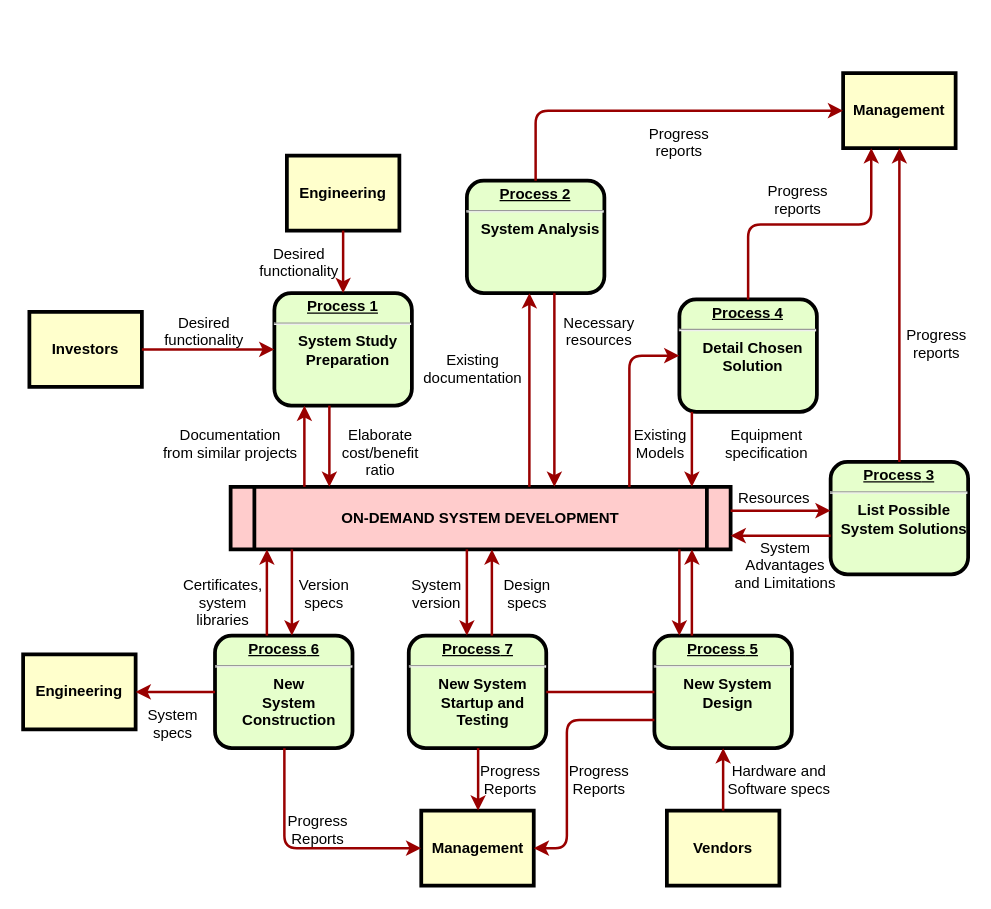
PaPa-G17Hub/Projects keeps this draw.io diagram as efficient_study_workflow.drawio. Above is the earlier version. Source tidied: cells renumbered, new cells numbered last; positions are measured from the earlier drawing's top-left corner, leaving out a move shared by most shapes. Both pictures are drawn from the tidied source at 125%, with x=0, y=0 at pixel (22, 72).
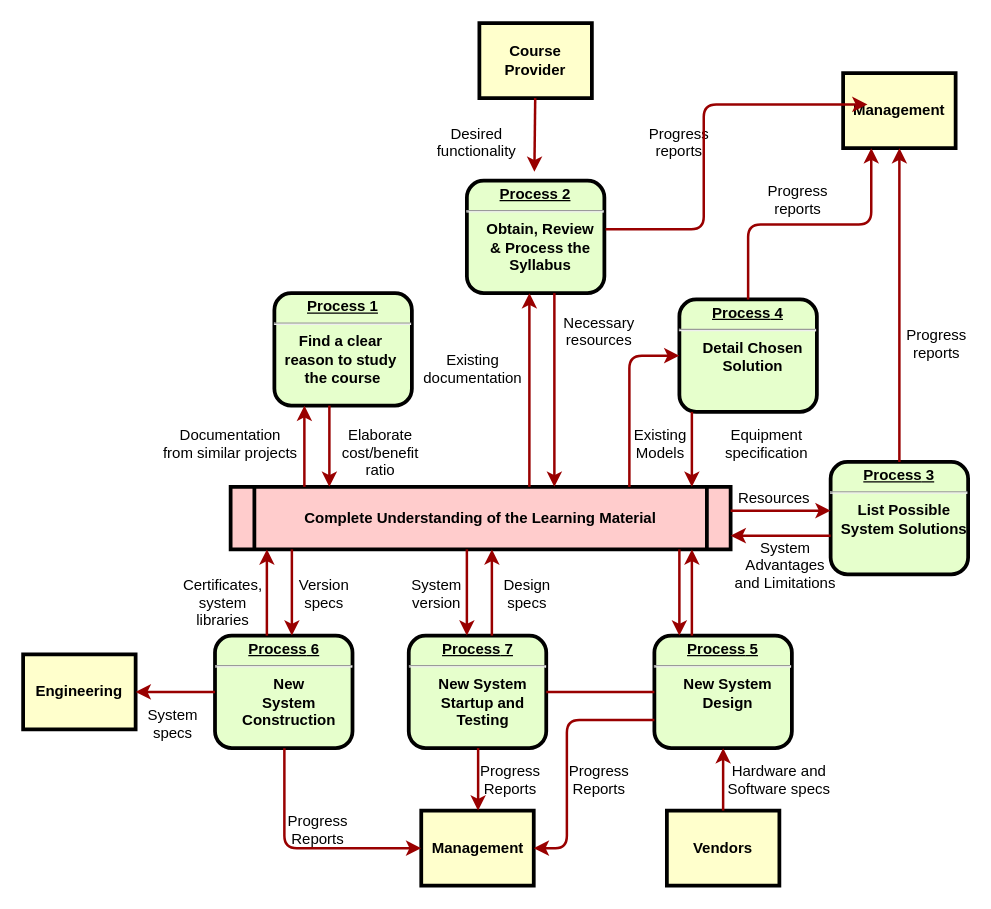
The same diagram, later.

The change refers to these unchanged cells:
```xml
<mxCell id="11" value="Management" style="whiteSpace=wrap;align=center;verticalAlign=middle;fontStyle=1;strokeWidth=3;fillColor=#FFFFCC;" parent="1" vertex="1">
  <mxGeometry x="656" width="90" height="60" as="geometry" />
</mxCell>
```

Change to the diagram source:
```diff
@@
-    <mxCell id="2" value="&lt;p style=&quot;margin: 0px; margin-top: 4px; text-align: center; text-decoration: underline;&quot;&gt;&lt;strong&gt;Process 1&lt;br /&gt;&lt;/strong&gt;&lt;/p&gt;&lt;hr /&gt;&lt;p style=&quot;margin: 0px; margin-left: 8px;&quot;&gt;System Study&lt;/p&gt;&lt;p style=&quot;margin: 0px; margin-left: 8px;&quot;&gt;Preparation&lt;/p&gt;" style="verticalAlign=middle;align=center;overflow=fill;fontSize=12;fontFamily=Helvetica;html=1;rounded=1;fontStyle=1;strokeWidth=3;fillColor=#E6FFCC;" parent="1" vertex="1">
+    <mxCell id="2" value="&lt;p style=&quot;margin: 0px; margin-top: 4px; text-align: center; text-decoration: underline;&quot;&gt;&lt;strong&gt;Process 1&lt;br&gt;&lt;/strong&gt;&lt;/p&gt;&lt;hr&gt;&lt;div&gt;Find a clear&amp;nbsp;&lt;/div&gt;&lt;div&gt;reason to study&amp;nbsp;&lt;/div&gt;&lt;div&gt;the course&lt;br&gt;&lt;/div&gt;" style="verticalAlign=middle;align=center;overflow=fill;fontSize=12;fontFamily=Helvetica;html=1;rounded=1;fontStyle=1;strokeWidth=3;fillColor=#E6FFCC;" parent="1" vertex="1">
       <mxGeometry x="201" y="176" width="110" height="90" as="geometry" />
     </mxCell>
-    <mxCell id="3" value="Engineering" style="whiteSpace=wrap;align=center;verticalAlign=middle;fontStyle=1;strokeWidth=3;fillColor=#FFFFCC;" parent="1" vertex="1">
-      <mxGeometry x="211" y="66" width="90" height="60" as="geometry" />
+    <mxCell id="3" value="Course Provider" style="whiteSpace=wrap;align=center;verticalAlign=middle;fontStyle=1;strokeWidth=3;fillColor=#FFFFCC;" parent="1" vertex="1">
+      <mxGeometry x="365" y="-40" width="90" height="60" as="geometry" />
     </mxCell>
-    <mxCell id="4" value="Investors" style="whiteSpace=wrap;align=center;verticalAlign=middle;fontStyle=1;strokeWidth=3;fillColor=#FFFFCC;" parent="1" vertex="1">
-      <mxGeometry x="5" y="191" width="90" height="60" as="geometry" />
-    </mxCell>
-    <mxCell id="5" value="ON-DEMAND SYSTEM DEVELOPMENT" style="shape=process;whiteSpace=wrap;align=center;verticalAlign=middle;size=0.0475;fontStyle=1;strokeWidth=3;fillColor=#FFCCCC;" parent="1" vertex="1">
+    <mxCell id="5" value="Complete Understanding of the Learning Material" style="shape=process;whiteSpace=wrap;align=center;verticalAlign=middle;size=0.0475;fontStyle=1;strokeWidth=3;fillColor=#FFCCCC;" parent="1" vertex="1">
       <mxGeometry x="166" y="331" width="400" height="50" as="geometry" />
     </mxCell>
-    <mxCell id="6" value="&lt;p style=&quot;margin: 0px; margin-top: 4px; text-align: center; text-decoration: underline;&quot;&gt;&lt;strong&gt;Process 2&lt;br /&gt;&lt;/strong&gt;&lt;/p&gt;&lt;hr /&gt;&lt;p style=&quot;margin: 0px; margin-left: 8px;&quot;&gt;System Analysis&lt;/p&gt;" style="verticalAlign=middle;align=center;overflow=fill;fontSize=12;fontFamily=Helvetica;html=1;rounded=1;fontStyle=1;strokeWidth=3;fillColor=#E6FFCC;" parent="1" vertex="1">
+    <mxCell id="6" value="&lt;p style=&quot;margin: 0px; margin-top: 4px; text-align: center; text-decoration: underline;&quot;&gt;&lt;strong&gt;Process 2&lt;br&gt;&lt;/strong&gt;&lt;/p&gt;&lt;hr&gt;&lt;p style=&quot;margin: 0px; margin-left: 8px;&quot;&gt;Obtain, Review &lt;br&gt;&amp;amp; Process the &lt;br&gt;Syllabus&lt;/p&gt;" style="verticalAlign=middle;align=center;overflow=fill;fontSize=12;fontFamily=Helvetica;html=1;rounded=1;fontStyle=1;strokeWidth=3;fillColor=#E6FFCC;" parent="1" vertex="1">
       <mxGeometry x="355" y="86" width="110" height="90" as="geometry" />
     </mxCell>
@@
-    <mxCell id="15" style="edgeStyle=none;noEdgeStyle=1;strokeColor=#990000;strokeWidth=2;" parent="1" edge="1" source="3" target="2">
+    <mxCell id="15" style="edgeStyle=none;noEdgeStyle=1;strokeColor=#990000;strokeWidth=2;entryX=0.491;entryY=-0.078;entryDx=0;entryDy=0;entryPerimeter=0;" parent="1" edge="1" source="3" target="6">
       <mxGeometry relative="1" as="geometry" />
     </mxCell>
-    <mxCell id="16" style="edgeStyle=none;noEdgeStyle=1;strokeColor=#990000;strokeWidth=2;" parent="1" edge="1" source="4" target="2">
-      <mxGeometry relative="1" as="geometry" />
-    </mxCell>
@@
-    <mxCell id="19" value="Desired &#10;functionality" style="text;spacingTop=-5;align=center;" parent="1" vertex="1">
-      <mxGeometry x="130" y="191" width="30" height="20" as="geometry" />
-    </mxCell>
     <mxCell id="20" value="Desired &#10;functionality" style="text;spacingTop=-5;align=center;" parent="1" vertex="1">
-      <mxGeometry x="206" y="136" width="30" height="20" as="geometry" />
+      <mxGeometry x="348" y="40" width="30" height="20" as="geometry" />
     </mxCell>
@@
-    <mxCell id="32" style="edgeStyle=elbowEdgeStyle;elbow=horizontal;strokeColor=#990000;strokeWidth=2;" parent="1" edge="1" source="6" target="11">
+    <mxCell id="32" style="edgeStyle=elbowEdgeStyle;elbow=horizontal;strokeColor=#990000;strokeWidth=2;exitX=1.009;exitY=0.433;exitDx=0;exitDy=0;exitPerimeter=0;" parent="1" edge="1" source="6">
       <mxGeometry relative="1" as="geometry">
+        <mxPoint x="675.5" y="25" as="targetPoint" />
         <Array as="points">
-          <mxPoint x="410" y="80" />
+          <mxPoint x="544.5" y="85" />
         </Array>
       </mxGeometry>
     </mxCell>
```
